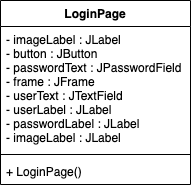
Before: UML_And_FlowCharts/LoginPageUML.png, a diagram exported from draw.io (WallacexMcCarthy/PointsApp). Source tidied: cells renumbered, new cells last; positions are measured from the earlier drawing's top-left corner, leaving out a move shared by most shapes. Source of this version:
```xml
<mxGraphModel>
  <root>
    <mxCell id="0" />
    <mxCell id="1" parent="0" />
    <mxCell id="2" value="LoginPage" style="swimlane;fontStyle=1;align=center;verticalAlign=top;horizontal=1;startSize=26;" parent="1" vertex="1">
      <mxGeometry width="190" height="184" as="geometry" />
    </mxCell>
    <mxCell id="3" value="- imageLabel : JLabel&#10;- button : JButton&#10;- passwordText : JPasswordField&#10;- frame : JFrame&#10;- userText : JTextField&#10;- userLabel : JLabel&#10;- passwordLabel : JLabel&#10;- imageLabel : JLabel" style="text;strokeColor=none;fillColor=none;align=left;verticalAlign=top;spacingLeft=4;spacingRight=4;overflow=hidden;" parent="2" vertex="1">
      <mxGeometry y="26" width="190" height="124" as="geometry" />
    </mxCell>
    <mxCell id="4" style="line;strokeWidth=1;fillColor=none;align=left;verticalAlign=middle;spacingTop=-1;spacingLeft=3;spacingRight=3;labelPosition=right;strokeColor=inherit;" parent="2" vertex="1">
      <mxGeometry y="150" width="190" height="8" as="geometry" />
    </mxCell>
    <mxCell id="5" value="+ LoginPage()" style="text;strokeColor=none;fillColor=none;align=left;verticalAlign=top;spacingLeft=4;spacingRight=4;overflow=hidden;" parent="2" vertex="1">
      <mxGeometry y="158" width="190" height="26" as="geometry" />
    </mxCell>
  </root>
</mxGraphModel>
```
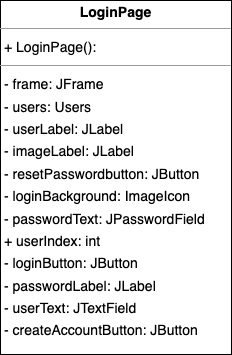
After the commit.

Change to the diagram source:
```diff
@@ -2,17 +2,8 @@
   <root>
     <mxCell id="0" />
     <mxCell id="1" parent="0" />
-    <mxCell id="2" value="LoginPage" style="swimlane;fontStyle=1;align=center;verticalAlign=top;horizontal=1;startSize=26;" parent="1" vertex="1">
-      <mxGeometry width="190" height="184" as="geometry" />
-    </mxCell>
-    <mxCell id="3" value="- imageLabel : JLabel&#10;- button : JButton&#10;- passwordText : JPasswordField&#10;- frame : JFrame&#10;- userText : JTextField&#10;- userLabel : JLabel&#10;- passwordLabel : JLabel&#10;- imageLabel : JLabel" style="text;strokeColor=none;fillColor=none;align=left;verticalAlign=top;spacingLeft=4;spacingRight=4;overflow=hidden;" parent="2" vertex="1">
-      <mxGeometry y="26" width="190" height="124" as="geometry" />
-    </mxCell>
-    <mxCell id="4" style="line;strokeWidth=1;fillColor=none;align=left;verticalAlign=middle;spacingTop=-1;spacingLeft=3;spacingRight=3;labelPosition=right;strokeColor=inherit;" parent="2" vertex="1">
-      <mxGeometry y="150" width="190" height="8" as="geometry" />
-    </mxCell>
-    <mxCell id="5" value="+ LoginPage()" style="text;strokeColor=none;fillColor=none;align=left;verticalAlign=top;spacingLeft=4;spacingRight=4;overflow=hidden;" parent="2" vertex="1">
-      <mxGeometry y="158" width="190" height="26" as="geometry" />
-    </mxCell>
+    <mxCell id="6" value="&lt;p style=&quot;margin:0px;margin-top:4px;text-align:center;&quot;&gt;&lt;b&gt;LoginPage&lt;/b&gt;&lt;/p&gt;&lt;hr size=&quot;1&quot;/&gt;&lt;p style=&quot;margin:0 0 0 4px;line-height:1.6;&quot;&gt;+ LoginPage(): &lt;/p&gt;&lt;hr size=&quot;1&quot;/&gt;&lt;p style=&quot;margin:0 0 0 4px;line-height:1.6;&quot;&gt;- frame: JFrame&lt;br/&gt;- users: Users&lt;br/&gt;- userLabel: JLabel&lt;br/&gt;- imageLabel: JLabel&lt;br/&gt;- resetPasswordbutton: JButton&lt;br/&gt;- loginBackground: ImageIcon&lt;br/&gt;- passwordText: JPasswordField&lt;br/&gt;+ userIndex: int&lt;br/&gt;- loginButton: JButton&lt;br/&gt;- passwordLabel: JLabel&lt;br/&gt;- userText: JTextField&lt;br/&gt;- createAccountButton: JButton&lt;/p&gt;" style="verticalAlign=top;align=left;overflow=fill;fontSize=14;fontFamily=Helvetica;html=1;rounded=0;shadow=0;comic=0;labelBackgroundColor=none;strokeWidth=1;" parent="1" vertex="1">
+      <mxGeometry x="-384" y="-234" width="231" height="354" as="geometry" />
+    </mxCell>
   </root>
 </mxGraphModel>
```
